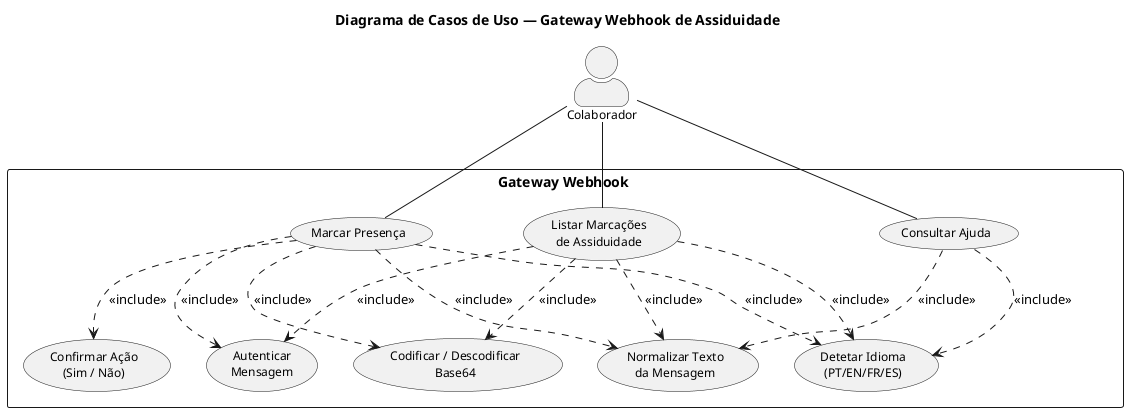
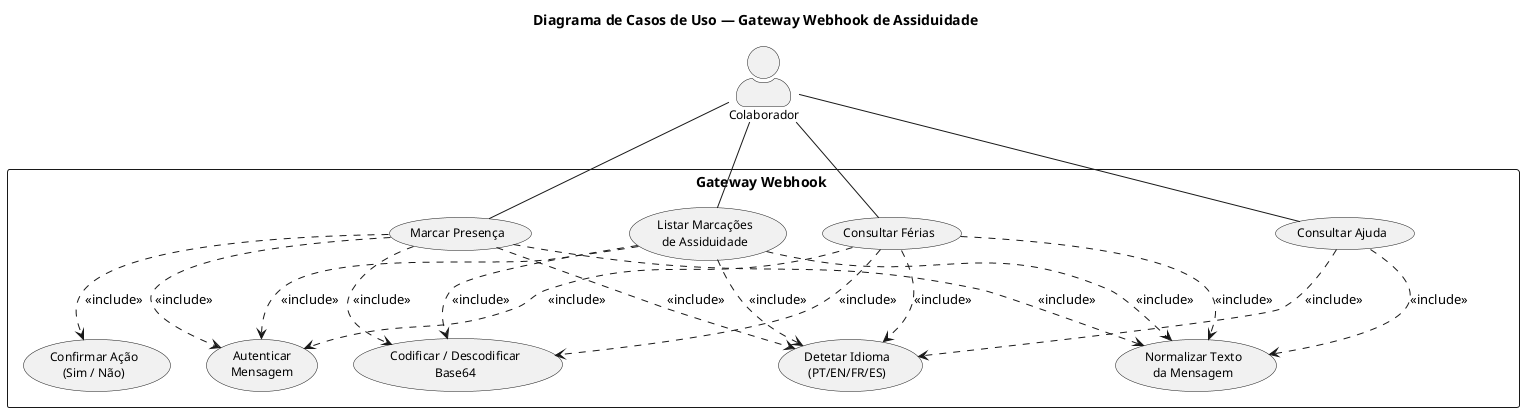
@startuml caso_de_uso
skinparam backgroundColor #FFFFFF
skinparam shadowing false
skinparam defaultFontName "Segoe UI"
skinparam actorStyle awesome
skinparam packageStyle rectangle
skinparam usecaseFontSize 12
skinparam actorFontSize 12

title Diagrama de Casos de Uso — Gateway Webhook de Assiduidade

' ─── Atores ───────────────────────────────────────────────
actor "Colaborador" as user

' ─── Sistema ──────────────────────────────────────────────
rectangle "Gateway Webhook " {

    usecase "Marcar Presença" as UC1
    usecase "Listar Marcações\nde Assiduidade" as UC2
+     usecase "Consultar Férias" as UC9
    usecase "Consultar Ajuda" as UC3
    usecase "Confirmar Ação\n(Sim / Não)" as UC4

    usecase "Autenticar\nMensagem" as UC5
    usecase "Detetar Idioma\n(PT/EN/FR/ES)" as UC6
    usecase "Codificar / Descodificar\nBase64" as UC7
    usecase "Normalizar Texto\nda Mensagem" as UC8

    ' ─── Relações entre Casos de Uso ──────────────────────
    UC1 ..> UC4 : <<include>>
    UC1 ..> UC5 : <<include>>
    UC1 ..> UC7 : <<include>>
    UC1 ..> UC6 : <<include>>

    UC2 ..> UC5 : <<include>>
    UC2 ..> UC7 : <<include>>
    UC2 ..> UC6 : <<include>>

+     UC9 ..> UC5 : <<include>>
+     UC9 ..> UC7 : <<include>>
+     UC9 ..> UC6 : <<include>>
+ 
    UC3 ..> UC6 : <<include>>

    UC1 ..> UC8 : <<include>>
    UC2 ..> UC8 : <<include>>
+     UC9 ..> UC8 : <<include>>
    UC3 ..> UC8 : <<include>>
}

' ─── Ligações Ator → Caso de Uso ─────────────────────────
user -- UC1
user -- UC2
+ user -- UC9
user -- UC3


@enduml
